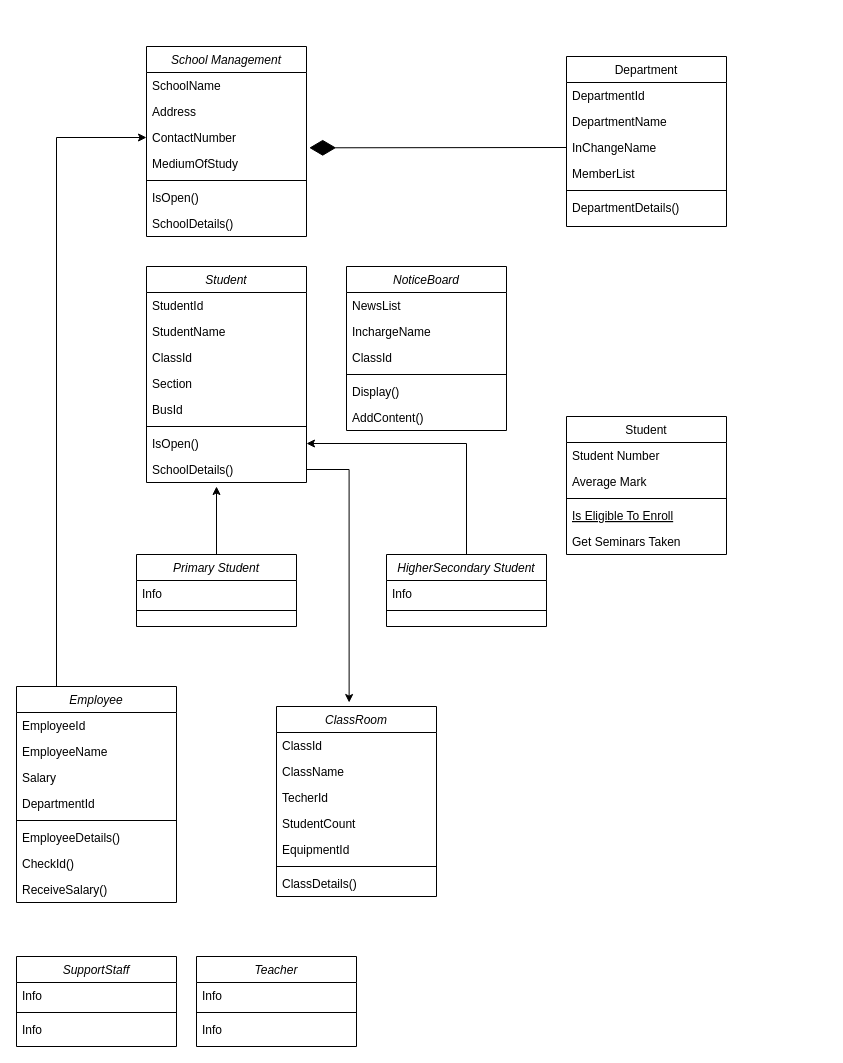
Earlier version of the draw.io diagram Untitled Diagram.drawio (walidulhasan/UML). Source tidied: cells renumbered, new cells numbered last; positions are measured from the earlier drawing's top-left corner, leaving out a move shared by most shapes. Both pictures are drawn from the tidied source at 100%, with x=0, y=0 at pixel (16, 46).
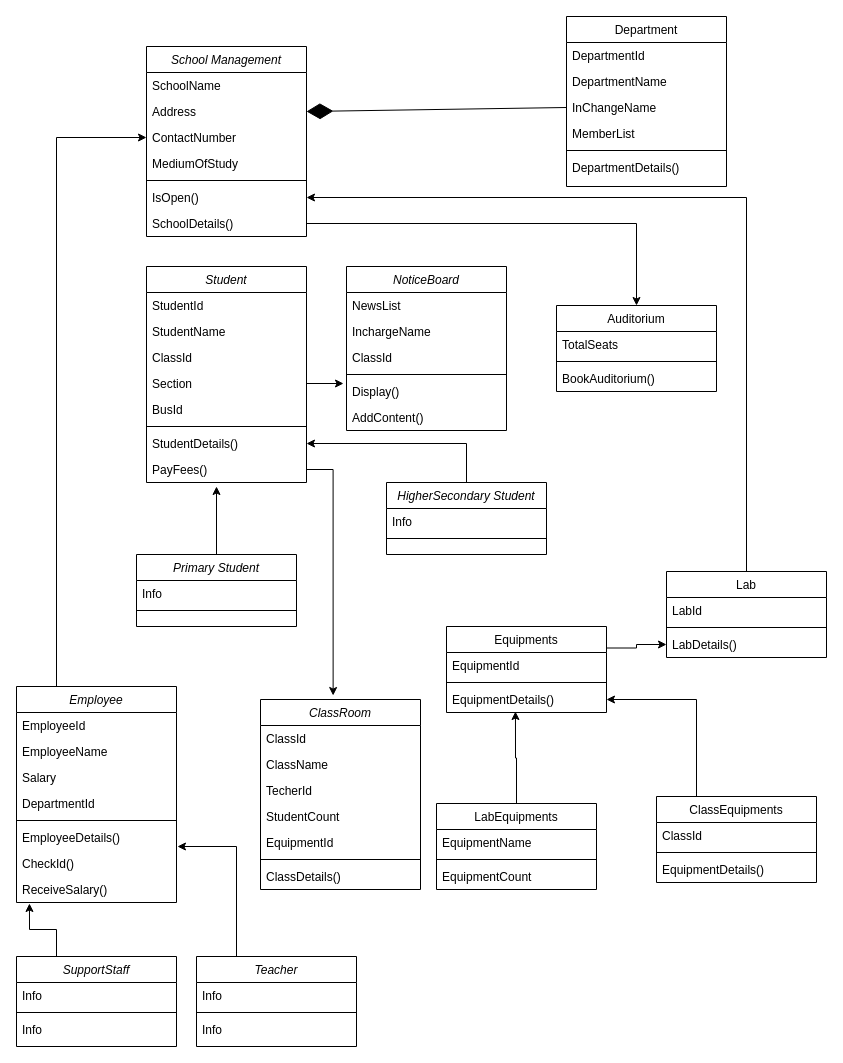
After the change.

The change refers to these unchanged cells:
```xml
<mxCell id="4" value="Address" style="text;align=left;verticalAlign=top;spacingLeft=4;spacingRight=4;overflow=hidden;points=[[0,0.5],[1,0.5]];portConstraint=eastwest;rounded=0;shadow=0;html=0;" parent="2" vertex="1">
  <mxGeometry y="52" width="160" height="26" as="geometry" />
</mxCell>
<mxCell id="6" value="MediumOfStudy" style="text;align=left;verticalAlign=top;spacingLeft=4;spacingRight=4;overflow=hidden;points=[[0,0.5],[1,0.5]];portConstraint=eastwest;rounded=0;shadow=0;html=0;" parent="2" vertex="1">
  <mxGeometry y="104" width="160" height="26" as="geometry" />
</mxCell>
<mxCell id="8" value="IsOpen()" style="text;align=left;verticalAlign=top;spacingLeft=4;spacingRight=4;overflow=hidden;points=[[0,0.5],[1,0.5]];portConstraint=eastwest;" parent="2" vertex="1">
  <mxGeometry y="138" width="160" height="26" as="geometry" />
</mxCell>
<mxCell id="9" value="SchoolDetails()" style="text;align=left;verticalAlign=top;spacingLeft=4;spacingRight=4;overflow=hidden;points=[[0,0.5],[1,0.5]];portConstraint=eastwest;" parent="2" vertex="1">
  <mxGeometry y="164" width="160" height="26" as="geometry" />
</mxCell>
<mxCell id="19" value="InChangeName" style="text;align=left;verticalAlign=top;spacingLeft=4;spacingRight=4;overflow=hidden;points=[[0,0.5],[1,0.5]];portConstraint=eastwest;rounded=0;shadow=0;html=0;" parent="16" vertex="1">
  <mxGeometry y="78" width="160" height="26" as="geometry" />
</mxCell>
<mxCell id="24" value="Student" style="swimlane;fontStyle=2;align=center;verticalAlign=top;horizontal=1;startSize=26;rounded=0;shadow=0;strokeWidth=1;" parent="1" vertex="1">
  <mxGeometry x="130" y="220" width="160" height="216" as="geometry" />
</mxCell>
<mxCell id="28" value="Section" style="text;align=left;verticalAlign=top;spacingLeft=4;spacingRight=4;overflow=hidden;points=[[0,0.5],[1,0.5]];portConstraint=eastwest;rounded=0;shadow=0;html=0;" parent="24" vertex="1">
  <mxGeometry y="104" width="160" height="26" as="geometry" />
</mxCell>
<mxCell id="38" value="Display()" style="text;align=left;verticalAlign=top;spacingLeft=4;spacingRight=4;overflow=hidden;points=[[0,0.5],[1,0.5]];portConstraint=eastwest;" parent="33" vertex="1">
  <mxGeometry y="112" width="160" height="26" as="geometry" />
</mxCell>
<mxCell id="65" value="CheckId()" style="text;align=left;verticalAlign=top;spacingLeft=4;spacingRight=4;overflow=hidden;points=[[0,0.5],[1,0.5]];portConstraint=eastwest;rounded=0;shadow=0;html=0;" parent="58" vertex="1">
  <mxGeometry y="164" width="160" height="26" as="geometry" />
</mxCell>
<mxCell id="66" value="ReceiveSalary()" style="text;align=left;verticalAlign=top;spacingLeft=4;spacingRight=4;overflow=hidden;points=[[0,0.5],[1,0.5]];portConstraint=eastwest;rounded=0;shadow=0;html=0;" parent="58" vertex="1">
  <mxGeometry y="190" width="160" height="26" as="geometry" />
</mxCell>
<mxCell id="67" value="SupportStaff" style="swimlane;fontStyle=2;align=center;verticalAlign=top;horizontal=1;startSize=26;rounded=0;shadow=0;strokeWidth=1;" parent="1" vertex="1">
  <mxGeometry y="910" width="160" height="90" as="geometry" />
</mxCell>
<mxCell id="71" value="Teacher" style="swimlane;fontStyle=2;align=center;verticalAlign=top;horizontal=1;startSize=26;rounded=0;shadow=0;strokeWidth=1;" parent="1" vertex="1">
  <mxGeometry x="180" y="910" width="160" height="90" as="geometry" />
</mxCell>
```

The edit, as a diff of the source:
```diff
@@
-    <mxCell id="10" value="Student" style="swimlane;fontStyle=0;align=center;verticalAlign=top;horizontal=1;startSize=26;rounded=0;shadow=0;strokeWidth=1;" parent="1" vertex="1">
-      <mxGeometry x="550" y="370" width="160" height="138" as="geometry" />
-    </mxCell>
-    <mxCell id="11" value="Student Number" style="text;align=left;verticalAlign=top;spacingLeft=4;spacingRight=4;overflow=hidden;" parent="10" vertex="1">
-      <mxGeometry y="26" width="160" height="26" as="geometry" />
-    </mxCell>
-    <mxCell id="12" value="Average Mark" style="text;align=left;verticalAlign=top;spacingLeft=4;spacingRight=4;overflow=hidden;rounded=0;shadow=0;html=0;" parent="10" vertex="1">
-      <mxGeometry y="52" width="160" height="26" as="geometry" />
-    </mxCell>
-    <mxCell id="13" style="line;html=1;strokeWidth=1;align=left;verticalAlign=middle;spacingTop=-1;spacingLeft=3;spacingRight=3;labelPosition=right;" parent="10" vertex="1">
-      <mxGeometry y="78" width="160" height="8" as="geometry" />
-    </mxCell>
-    <mxCell id="14" value="Is Eligible To Enroll" style="text;align=left;verticalAlign=top;spacingLeft=4;spacingRight=4;overflow=hidden;fontStyle=4;" parent="10" vertex="1">
-      <mxGeometry y="86" width="160" height="26" as="geometry" />
-    </mxCell>
-    <mxCell id="15" value="Get Seminars Taken" style="text;align=left;verticalAlign=top;spacingLeft=4;spacingRight=4;overflow=hidden;" parent="10" vertex="1">
-      <mxGeometry y="112" width="160" height="26" as="geometry" />
-    </mxCell>
     <mxCell id="16" value="Department" style="swimlane;fontStyle=0;align=center;verticalAlign=top;horizontal=1;startSize=26;rounded=0;shadow=0;strokeWidth=1;" parent="1" vertex="1">
-      <mxGeometry x="550" y="10" width="160" height="170" as="geometry" />
+      <mxGeometry x="550" y="-30" width="160" height="170" as="geometry" />
     </mxCell>
@@
-    <mxCell id="23" style="endArrow=diamondThin;endFill=1;endSize=24;html=1;rounded=0;exitX=0;exitY=0.5;exitDx=0;exitDy=0;entryX=1.017;entryY=-0.103;entryDx=0;entryDy=0;entryPerimeter=0;" parent="1" edge="1" source="19" target="6">
+    <mxCell id="23" style="endArrow=diamondThin;endFill=1;endSize=24;html=1;rounded=0;exitX=0;exitY=0.5;exitDx=0;exitDy=0;entryX=1;entryY=0.5;entryDx=0;entryDy=0;" parent="1" edge="1" source="19" target="4">
       <mxGeometry relative="1" as="geometry" />
     </mxCell>
@@
-    <mxCell id="31" value="IsOpen()" style="text;align=left;verticalAlign=top;spacingLeft=4;spacingRight=4;overflow=hidden;points=[[0,0.5],[1,0.5]];portConstraint=eastwest;" parent="24" vertex="1">
+    <mxCell id="31" value="StudentDetails()" style="text;align=left;verticalAlign=top;spacingLeft=4;spacingRight=4;overflow=hidden;points=[[0,0.5],[1,0.5]];portConstraint=eastwest;" parent="24" vertex="1">
       <mxGeometry y="164" width="160" height="26" as="geometry" />
     </mxCell>
-    <mxCell id="32" value="SchoolDetails()" style="text;align=left;verticalAlign=top;spacingLeft=4;spacingRight=4;overflow=hidden;points=[[0,0.5],[1,0.5]];portConstraint=eastwest;" parent="24" vertex="1">
+    <mxCell id="32" value="PayFees()" style="text;align=left;verticalAlign=top;spacingLeft=4;spacingRight=4;overflow=hidden;points=[[0,0.5],[1,0.5]];portConstraint=eastwest;" parent="24" vertex="1">
       <mxGeometry y="190" width="160" height="26" as="geometry" />
     </mxCell>
@@
     <mxCell id="45" value="HigherSecondary Student" style="swimlane;fontStyle=2;align=center;verticalAlign=top;horizontal=1;startSize=26;rounded=0;shadow=0;strokeWidth=1;" parent="1" vertex="1">
-      <mxGeometry x="370" y="508" width="160" height="72" as="geometry" />
+      <mxGeometry x="370" y="436" width="160" height="72" as="geometry" />
     </mxCell>
@@
     <mxCell id="48" value="ClassRoom" style="swimlane;fontStyle=2;align=center;verticalAlign=top;horizontal=1;startSize=26;rounded=0;shadow=0;strokeWidth=1;" parent="1" vertex="1">
-      <mxGeometry x="260" y="660" width="160" height="190" as="geometry" />
+      <mxGeometry x="244" y="653" width="160" height="190" as="geometry" />
     </mxCell>
@@
+    <mxCell id="75" style="edgeStyle=orthogonalEdgeStyle;rounded=0;jettySize=auto;html=1;exitX=0.25;exitY=0;exitDx=0;exitDy=0;entryX=0.081;entryY=1.038;entryDx=0;entryDy=0;entryPerimeter=0;" parent="1" edge="1" source="67" target="66">
+      <mxGeometry relative="1" as="geometry" />
+    </mxCell>
@@
+    <mxCell id="76" style="edgeStyle=orthogonalEdgeStyle;rounded=0;jettySize=auto;html=1;exitX=0.25;exitY=0;exitDx=0;exitDy=0;entryX=1.006;entryY=-0.154;entryDx=0;entryDy=0;entryPerimeter=0;" parent="1" edge="1" source="71" target="65">
+      <mxGeometry relative="1" as="geometry" />
+    </mxCell>
@@
+    <mxCell id="77" style="edgeStyle=orthogonalEdgeStyle;rounded=0;jettySize=auto;html=1;exitX=1;exitY=0.5;exitDx=0;exitDy=0;entryX=-0.019;entryY=0.154;entryDx=0;entryDy=0;entryPerimeter=0;" parent="1" edge="1" source="28" target="38">
+      <mxGeometry relative="1" as="geometry" />
+    </mxCell>
+    <mxCell id="78" value="Auditorium" style="swimlane;fontStyle=0;align=center;verticalAlign=top;horizontal=1;startSize=26;rounded=0;shadow=0;strokeWidth=1;" parent="1" vertex="1">
+      <mxGeometry x="540" y="259" width="160" height="86" as="geometry" />
+    </mxCell>
+    <mxCell id="79" value="TotalSeats" style="text;align=left;verticalAlign=top;spacingLeft=4;spacingRight=4;overflow=hidden;" parent="78" vertex="1">
+      <mxGeometry y="26" width="160" height="26" as="geometry" />
+    </mxCell>
+    <mxCell id="80" style="line;html=1;strokeWidth=1;align=left;verticalAlign=middle;spacingTop=-1;spacingLeft=3;spacingRight=3;labelPosition=right;" parent="78" vertex="1">
+      <mxGeometry y="52" width="160" height="8" as="geometry" />
+    </mxCell>
+    <mxCell id="81" value="BookAuditorium()" style="text;align=left;verticalAlign=top;spacingLeft=4;spacingRight=4;overflow=hidden;" parent="78" vertex="1">
+      <mxGeometry y="60" width="160" height="26" as="geometry" />
+    </mxCell>
+    <mxCell id="82" style="edgeStyle=orthogonalEdgeStyle;rounded=0;jettySize=auto;html=1;exitX=1;exitY=0.5;exitDx=0;exitDy=0;entryX=0.5;entryY=0;entryDx=0;entryDy=0;" parent="1" edge="1" source="9" target="78">
+      <mxGeometry relative="1" as="geometry" />
+    </mxCell>
+    <mxCell id="83" style="edgeStyle=orthogonalEdgeStyle;rounded=0;jettySize=auto;html=1;exitX=0.5;exitY=0;exitDx=0;exitDy=0;" parent="1" edge="1" source="84" target="8">
+      <mxGeometry relative="1" as="geometry" />
+    </mxCell>
+    <mxCell id="84" value="Lab" style="swimlane;fontStyle=0;align=center;verticalAlign=top;horizontal=1;startSize=26;rounded=0;shadow=0;strokeWidth=1;" parent="1" vertex="1">
+      <mxGeometry x="650" y="525" width="160" height="86" as="geometry" />
+    </mxCell>
+    <mxCell id="85" value="LabId" style="text;align=left;verticalAlign=top;spacingLeft=4;spacingRight=4;overflow=hidden;" parent="84" vertex="1">
+      <mxGeometry y="26" width="160" height="26" as="geometry" />
+    </mxCell>
+    <mxCell id="86" style="line;html=1;strokeWidth=1;align=left;verticalAlign=middle;spacingTop=-1;spacingLeft=3;spacingRight=3;labelPosition=right;" parent="84" vertex="1">
+      <mxGeometry y="52" width="160" height="8" as="geometry" />
+    </mxCell>
+    <mxCell id="87" value="LabDetails()" style="text;align=left;verticalAlign=top;spacingLeft=4;spacingRight=4;overflow=hidden;points=[[0,0.5],[1,0.5]];portConstraint=eastwest;" parent="84" vertex="1">
+      <mxGeometry y="60" width="160" height="26" as="geometry" />
+    </mxCell>
+    <mxCell id="88" style="edgeStyle=orthogonalEdgeStyle;rounded=0;jettySize=auto;html=1;exitX=1;exitY=0.25;exitDx=0;exitDy=0;" parent="1" edge="1" source="89" target="87">
+      <mxGeometry relative="1" as="geometry" />
+    </mxCell>
+    <mxCell id="89" value="Equipments" style="swimlane;fontStyle=0;align=center;verticalAlign=top;horizontal=1;startSize=26;rounded=0;shadow=0;strokeWidth=1;" parent="1" vertex="1">
+      <mxGeometry x="430" y="580" width="160" height="86" as="geometry" />
+    </mxCell>
+    <mxCell id="90" value="EquipmentId" style="text;align=left;verticalAlign=top;spacingLeft=4;spacingRight=4;overflow=hidden;" parent="89" vertex="1">
+      <mxGeometry y="26" width="160" height="26" as="geometry" />
+    </mxCell>
+    <mxCell id="91" style="line;html=1;strokeWidth=1;align=left;verticalAlign=middle;spacingTop=-1;spacingLeft=3;spacingRight=3;labelPosition=right;" parent="89" vertex="1">
+      <mxGeometry y="52" width="160" height="8" as="geometry" />
+    </mxCell>
+    <mxCell id="92" value="EquipmentDetails()" style="text;align=left;verticalAlign=top;spacingLeft=4;spacingRight=4;overflow=hidden;points=[[0,0.5],[1,0.5]];portConstraint=eastwest;" parent="89" vertex="1">
+      <mxGeometry y="60" width="160" height="26" as="geometry" />
+    </mxCell>
+    <mxCell id="93" style="edgeStyle=orthogonalEdgeStyle;rounded=0;jettySize=auto;html=1;exitX=0.5;exitY=0;exitDx=0;exitDy=0;entryX=0.431;entryY=0.962;entryDx=0;entryDy=0;entryPerimeter=0;" parent="1" edge="1" source="94" target="92">
+      <mxGeometry relative="1" as="geometry" />
+    </mxCell>
+    <mxCell id="94" value="LabEquipments" style="swimlane;fontStyle=0;align=center;verticalAlign=top;horizontal=1;startSize=26;rounded=0;shadow=0;strokeWidth=1;" parent="1" vertex="1">
+      <mxGeometry x="420" y="757" width="160" height="86" as="geometry" />
+    </mxCell>
+    <mxCell id="95" value="EquipmentName" style="text;align=left;verticalAlign=top;spacingLeft=4;spacingRight=4;overflow=hidden;" parent="94" vertex="1">
+      <mxGeometry y="26" width="160" height="26" as="geometry" />
+    </mxCell>
+    <mxCell id="96" style="line;html=1;strokeWidth=1;align=left;verticalAlign=middle;spacingTop=-1;spacingLeft=3;spacingRight=3;labelPosition=right;" parent="94" vertex="1">
+      <mxGeometry y="52" width="160" height="8" as="geometry" />
+    </mxCell>
+    <mxCell id="97" value="EquipmentCount" style="text;align=left;verticalAlign=top;spacingLeft=4;spacingRight=4;overflow=hidden;" parent="94" vertex="1">
+      <mxGeometry y="60" width="160" height="26" as="geometry" />
+    </mxCell>
+    <mxCell id="98" style="edgeStyle=orthogonalEdgeStyle;rounded=0;jettySize=auto;html=1;exitX=0.25;exitY=0;exitDx=0;exitDy=0;" parent="1" edge="1" source="99" target="92">
+      <mxGeometry relative="1" as="geometry" />
+    </mxCell>
+    <mxCell id="99" value="ClassEquipments" style="swimlane;fontStyle=0;align=center;verticalAlign=top;horizontal=1;startSize=26;rounded=0;shadow=0;strokeWidth=1;" parent="1" vertex="1">
+      <mxGeometry x="640" y="750" width="160" height="86" as="geometry" />
+    </mxCell>
+    <mxCell id="100" value="ClassId" style="text;align=left;verticalAlign=top;spacingLeft=4;spacingRight=4;overflow=hidden;" parent="99" vertex="1">
+      <mxGeometry y="26" width="160" height="26" as="geometry" />
+    </mxCell>
+    <mxCell id="101" style="line;html=1;strokeWidth=1;align=left;verticalAlign=middle;spacingTop=-1;spacingLeft=3;spacingRight=3;labelPosition=right;" parent="99" vertex="1">
+      <mxGeometry y="52" width="160" height="8" as="geometry" />
+    </mxCell>
+    <mxCell id="102" value="EquipmentDetails()" style="text;align=left;verticalAlign=top;spacingLeft=4;spacingRight=4;overflow=hidden;" parent="99" vertex="1">
+      <mxGeometry y="60" width="160" height="26" as="geometry" />
+    </mxCell>
```
